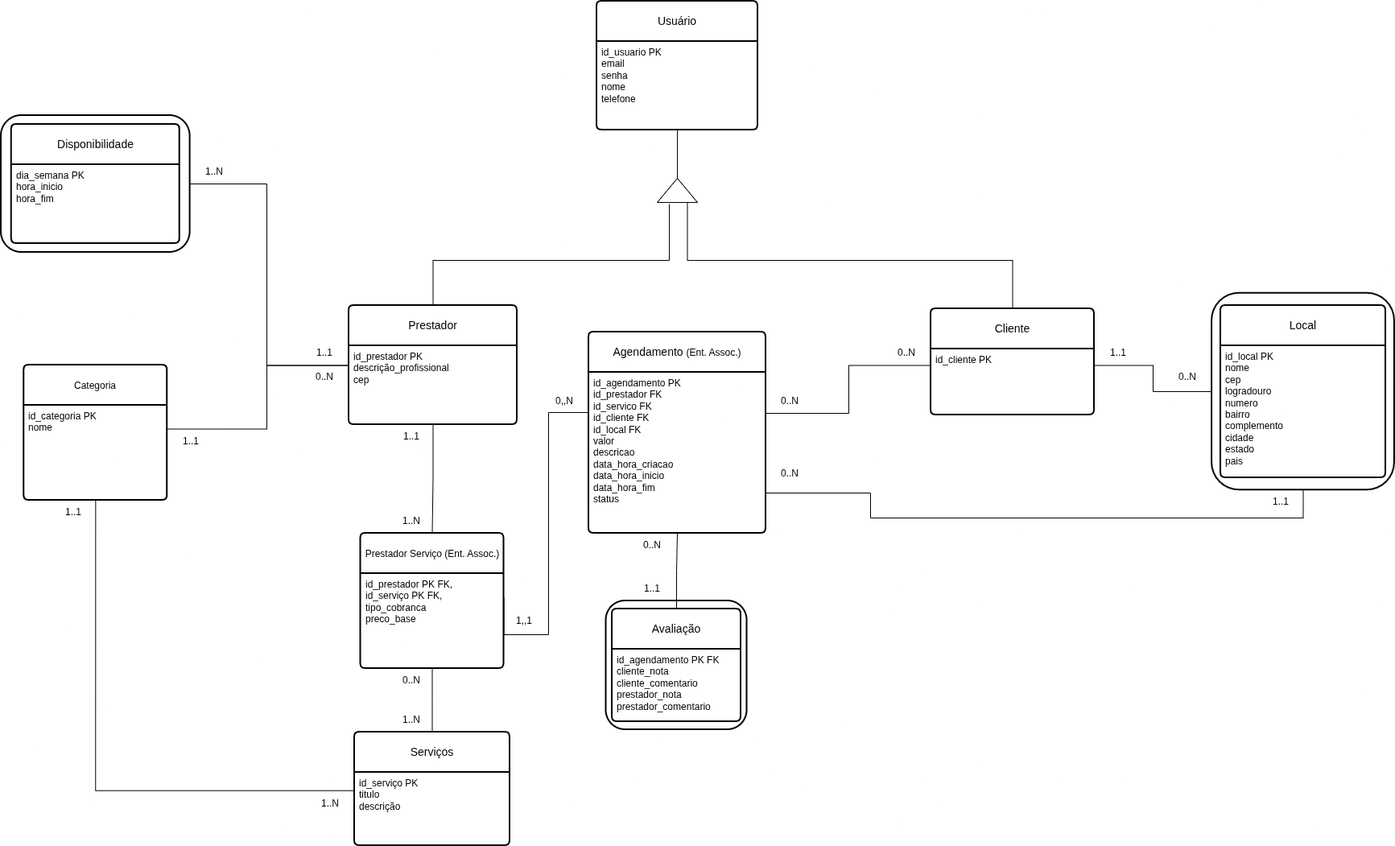
Above: docs/images/Servixus_MER-white.png in figdavi/devweb (draw.io), before the change. Source tidied: cells renumbered, new cells last; positions are measured from the earlier drawing's top-left corner, leaving out a move shared by most shapes.
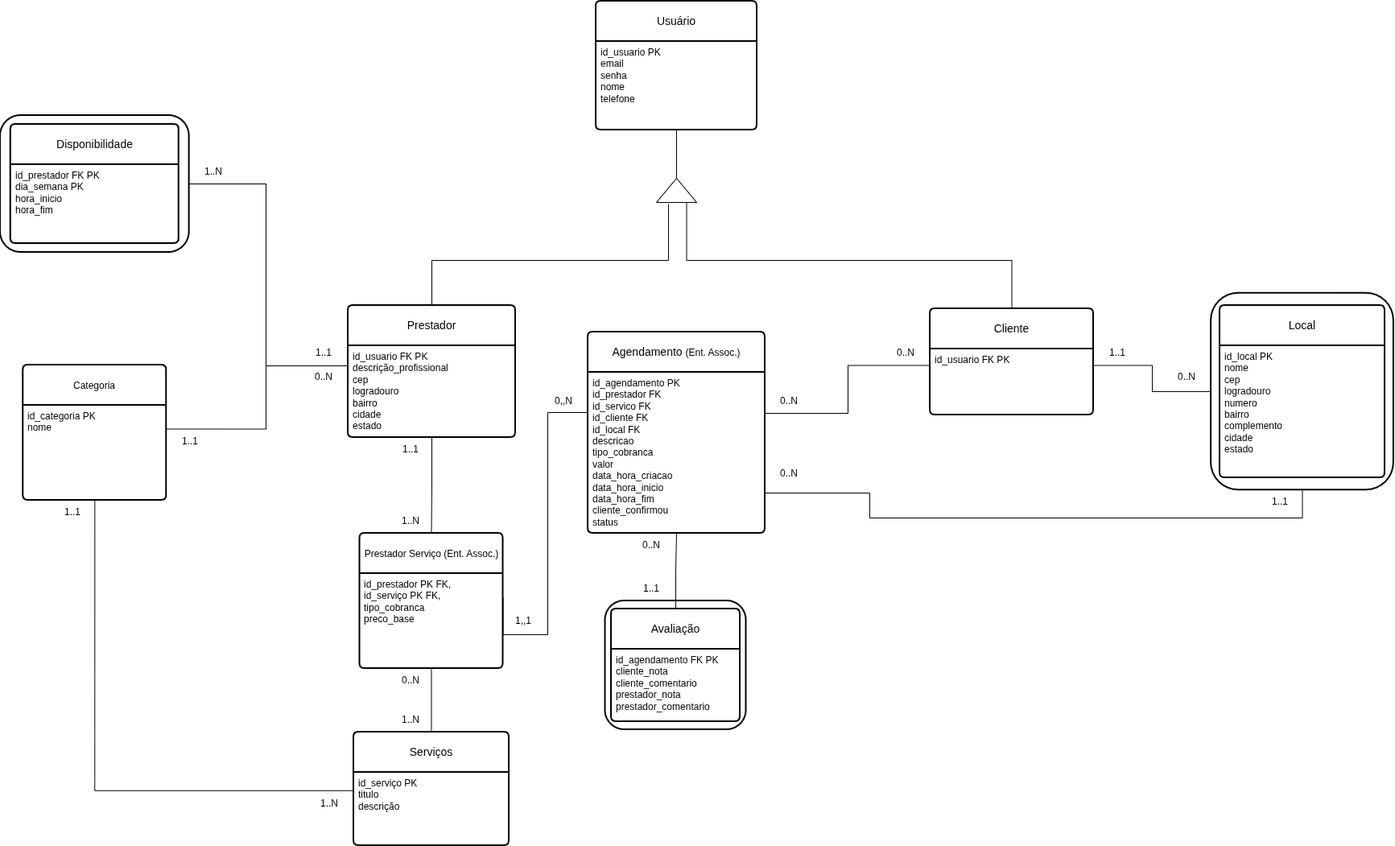
Above is the later version.

Change to the diagram source:
```diff
@@ -18,15 +18,15 @@
       </mxGeometry>
     </mxCell>
     <mxCell id="5" value="Prestador" style="swimlane;horizontal=1;startSize=50;rounded=1;fontSize=14;fontStyle=0;strokeWidth=2;shadow=0;dashed=0;align=center;arcSize=4;whiteSpace=wrap;html=1;labelBackgroundColor=none;" parent="1" vertex="1">
-      <mxGeometry x="432" y="378" width="209" height="148" as="geometry" />
+      <mxGeometry x="432" y="378" width="208" height="164" as="geometry" />
     </mxCell>
-    <mxCell id="6" value="&lt;div&gt;id_prestador PK&lt;/div&gt;&lt;div&gt;descrição_profissional&lt;br&gt;&lt;/div&gt;&lt;div&gt;cep&amp;nbsp;&lt;br&gt;&lt;br&gt;&lt;/div&gt;&lt;div&gt;&lt;br&gt;&lt;/div&gt;" style="align=left;strokeColor=none;fillColor=none;spacingLeft=4;spacingRight=4;fontSize=12;verticalAlign=top;html=1;whiteSpace=wrap;labelBackgroundColor=none;" parent="5" vertex="1">
-      <mxGeometry y="50" width="209" height="98" as="geometry" />
+    <mxCell id="6" value="&lt;div&gt;id_usuario FK PK&lt;/div&gt;&lt;div&gt;descrição_profissional&lt;br&gt;&lt;/div&gt;&lt;div&gt;cep&amp;nbsp;&lt;br&gt;logradouro&lt;br&gt;bairro&lt;br&gt;cidade&lt;br&gt;&lt;/div&gt;&lt;div&gt;estado&lt;/div&gt;&lt;div&gt;&lt;br&gt;&lt;/div&gt;" style="align=left;strokeColor=none;fillColor=none;spacingLeft=4;spacingRight=4;fontSize=12;verticalAlign=top;html=1;whiteSpace=wrap;labelBackgroundColor=none;" parent="5" vertex="1">
+      <mxGeometry y="50" width="208" height="114" as="geometry" />
     </mxCell>
     <mxCell id="7" value="Cliente" style="swimlane;horizontal=1;startSize=50;rounded=1;fontSize=14;fontStyle=0;strokeWidth=2;shadow=0;dashed=0;align=center;arcSize=4;whiteSpace=wrap;html=1;labelBackgroundColor=none;" parent="1" vertex="1">
       <mxGeometry x="1155" y="382" width="203" height="132" as="geometry" />
     </mxCell>
-    <mxCell id="8" value="id_cliente PK" style="align=left;strokeColor=none;fillColor=none;spacingLeft=4;spacingRight=4;fontSize=12;verticalAlign=top;html=1;whiteSpace=wrap;labelBackgroundColor=none;" parent="7" vertex="1">
+    <mxCell id="8" value="id_usuario FK PK" style="align=left;strokeColor=none;fillColor=none;spacingLeft=4;spacingRight=4;fontSize=12;verticalAlign=top;html=1;whiteSpace=wrap;labelBackgroundColor=none;" parent="7" vertex="1">
       <mxGeometry y="50" width="203" height="82" as="geometry" />
     </mxCell>
     <mxCell id="9" style="edgeStyle=orthogonalEdgeStyle;rounded=0;jettySize=auto;html=1;exitX=1;exitY=0.5;exitDx=0;exitDy=0;entryX=0.5;entryY=1;entryDx=0;entryDy=0;endArrow=none;endFill=0;labelBackgroundColor=none;fontColor=default;" parent="1" edge="1" source="11" target="3">
@@ -46,7 +46,7 @@
     <mxCell id="12" value="Agendamento&amp;nbsp;&lt;span style=&quot;font-size: 12px;&quot;&gt;(Ent. Assoc.)&lt;/span&gt;" style="swimlane;horizontal=1;startSize=50;rounded=1;fontSize=14;fontStyle=0;strokeWidth=2;shadow=0;dashed=0;align=center;arcSize=4;whiteSpace=wrap;html=1;labelBackgroundColor=none;" parent="1" vertex="1">
       <mxGeometry x="730" y="411" width="220" height="250" as="geometry" />
     </mxCell>
-    <mxCell id="13" value="&lt;div&gt;&lt;div&gt;id_agendamento PK&lt;br&gt;id_prestador FK&lt;br&gt;id_servico FK&lt;br&gt;id_cliente FK&lt;br&gt;id_local FK&lt;br&gt;valor&lt;br&gt;descricao&lt;br&gt;data_hora_criacao&lt;br&gt;data_hora&lt;span style=&quot;background-color: transparent; color: light-dark(rgb(0, 0, 0), rgb(255, 255, 255));&quot;&gt;_inicio&lt;/span&gt;&lt;/div&gt;&lt;div&gt;data_hora_fim&lt;br&gt;status&lt;/div&gt;&lt;/div&gt;" style="align=left;strokeColor=none;fillColor=none;spacingLeft=4;spacingRight=4;fontSize=12;verticalAlign=top;html=1;whiteSpace=wrap;labelBackgroundColor=none;" parent="12" vertex="1">
+    <mxCell id="13" value="&lt;div&gt;&lt;div&gt;id_agendamento PK&lt;br&gt;id_prestador FK&lt;br&gt;id_servico FK&lt;br&gt;id_cliente FK&lt;br&gt;id_local FK&lt;br&gt;descricao&lt;br&gt;tipo_cobranca&lt;br&gt;valor&lt;br&gt;data_hora_criacao&lt;br&gt;data_hora&lt;span style=&quot;background-color: transparent; color: light-dark(rgb(0, 0, 0), rgb(255, 255, 255));&quot;&gt;_inicio&lt;/span&gt;&lt;/div&gt;&lt;div&gt;data_hora_fim&lt;br&gt;cliente_confirmou&lt;br&gt;status&lt;/div&gt;&lt;/div&gt;" style="align=left;strokeColor=none;fillColor=none;spacingLeft=4;spacingRight=4;fontSize=12;verticalAlign=top;html=1;whiteSpace=wrap;labelBackgroundColor=none;" parent="12" vertex="1">
       <mxGeometry y="50" width="220" height="200" as="geometry" />
     </mxCell>
     <mxCell id="14" style="edgeStyle=orthogonalEdgeStyle;rounded=0;jettySize=auto;html=1;entryX=0;entryY=0.25;entryDx=0;entryDy=0;endArrow=none;endFill=0;exitX=1;exitY=0.5;exitDx=0;exitDy=0;labelBackgroundColor=none;fontColor=default;" parent="1" edge="1" source="13" target="8">
@@ -67,7 +67,7 @@
     <mxCell id="17" value="Avaliação" style="swimlane;horizontal=1;startSize=50;rounded=1;fontSize=14;fontStyle=0;strokeWidth=2;shadow=0;dashed=0;align=center;arcSize=4;whiteSpace=wrap;html=1;labelBackgroundColor=none;" parent="1" vertex="1">
       <mxGeometry x="759" y="755" width="160" height="140" as="geometry" />
     </mxCell>
-    <mxCell id="18" value="&lt;div&gt;id_agendamento PK FK&lt;br&gt;cliente_nota&lt;/div&gt;&lt;div&gt;cliente_comentario&lt;/div&gt;&lt;div&gt;prestador_nota&lt;/div&gt;&lt;div&gt;prestador_comentario&lt;/div&gt;" style="align=left;strokeColor=none;fillColor=none;spacingLeft=4;spacingRight=4;fontSize=12;verticalAlign=top;html=1;whiteSpace=wrap;labelBackgroundColor=none;" parent="17" vertex="1">
+    <mxCell id="18" value="&lt;div&gt;id_agendamento FK PK&lt;br&gt;cliente_nota&lt;/div&gt;&lt;div&gt;cliente_comentario&lt;/div&gt;&lt;div&gt;prestador_nota&lt;/div&gt;&lt;div&gt;prestador_comentario&lt;/div&gt;" style="align=left;strokeColor=none;fillColor=none;spacingLeft=4;spacingRight=4;fontSize=12;verticalAlign=top;html=1;whiteSpace=wrap;labelBackgroundColor=none;" parent="17" vertex="1">
       <mxGeometry y="50" width="160" height="90" as="geometry" />
     </mxCell>
     <mxCell id="19" style="edgeStyle=orthogonalEdgeStyle;rounded=0;jettySize=auto;html=1;entryX=0.5;entryY=1;entryDx=0;entryDy=0;endArrow=none;endFill=0;labelBackgroundColor=none;fontColor=default;" parent="1" edge="1" source="17" target="13">
@@ -76,13 +76,13 @@
     <mxCell id="20" value="Disponibilidade" style="swimlane;horizontal=1;startSize=50;rounded=1;fontSize=14;fontStyle=0;strokeWidth=2;shadow=0;dashed=0;align=center;arcSize=4;whiteSpace=wrap;html=1;labelBackgroundColor=none;" parent="1" vertex="1">
       <mxGeometry x="12.8" y="153" width="209" height="148" as="geometry" />
     </mxCell>
-    <mxCell id="21" value="&lt;div&gt;&lt;span style=&quot;background-color: transparent; color: light-dark(rgb(0, 0, 0), rgb(255, 255, 255));&quot;&gt;dia_semana PK&lt;/span&gt;&lt;/div&gt;&lt;div&gt;hora_inicio&lt;/div&gt;&lt;div&gt;hora_fim&lt;/div&gt;" style="align=left;strokeColor=none;fillColor=none;spacingLeft=4;spacingRight=4;fontSize=12;verticalAlign=top;html=1;whiteSpace=wrap;labelBackgroundColor=none;" parent="20" vertex="1">
+    <mxCell id="21" value="&lt;div&gt;&lt;span style=&quot;background-color: transparent; color: light-dark(rgb(0, 0, 0), rgb(255, 255, 255));&quot;&gt;id_prestador FK PK&lt;br&gt;dia_semana PK&lt;/span&gt;&lt;/div&gt;&lt;div&gt;hora_inicio&lt;/div&gt;&lt;div&gt;hora_fim&lt;/div&gt;" style="align=left;strokeColor=none;fillColor=none;spacingLeft=4;spacingRight=4;fontSize=12;verticalAlign=top;html=1;whiteSpace=wrap;labelBackgroundColor=none;" parent="20" vertex="1">
       <mxGeometry y="50" width="209" height="98" as="geometry" />
     </mxCell>
     <mxCell id="22" value="Local" style="swimlane;horizontal=1;startSize=50;rounded=1;fontSize=14;fontStyle=0;strokeWidth=2;shadow=0;dashed=0;align=center;arcSize=4;whiteSpace=wrap;html=1;labelBackgroundColor=none;" parent="1" vertex="1">
       <mxGeometry x="1515" y="378" width="205" height="214" as="geometry" />
     </mxCell>
-    <mxCell id="23" value="id_local PK&lt;div&gt;nome&lt;/div&gt;&lt;div&gt;cep&lt;/div&gt;&lt;div&gt;logradouro&lt;/div&gt;&lt;div&gt;numero&lt;/div&gt;&lt;div&gt;bairro&lt;br&gt;complemento&lt;/div&gt;&lt;div&gt;cidade&lt;/div&gt;&lt;div&gt;estado&lt;/div&gt;&lt;div&gt;pais&lt;/div&gt;" style="align=left;strokeColor=none;fillColor=none;spacingLeft=4;spacingRight=4;fontSize=12;verticalAlign=top;html=1;whiteSpace=wrap;labelBackgroundColor=none;" parent="22" vertex="1">
+    <mxCell id="23" value="id_local PK&lt;div&gt;nome&lt;/div&gt;&lt;div&gt;cep&lt;/div&gt;&lt;div&gt;logradouro&lt;/div&gt;&lt;div&gt;numero&lt;/div&gt;&lt;div&gt;bairro&lt;br&gt;complemento&lt;/div&gt;&lt;div&gt;cidade&lt;/div&gt;&lt;div&gt;estado&lt;/div&gt;" style="align=left;strokeColor=none;fillColor=none;spacingLeft=4;spacingRight=4;fontSize=12;verticalAlign=top;html=1;whiteSpace=wrap;labelBackgroundColor=none;" parent="22" vertex="1">
       <mxGeometry y="50" width="205" height="164" as="geometry" />
     </mxCell>
     <mxCell id="24" value="0..N" style="text;html=1;whiteSpace=wrap;strokeColor=none;fillColor=none;align=center;verticalAlign=middle;rounded=0;labelBackgroundColor=none;" parent="1" vertex="1">
@@ -98,7 +98,7 @@
       <mxGeometry x="779" y="715" width="60" height="30" as="geometry" />
     </mxCell>
     <mxCell id="28" value="1..1" style="text;html=1;whiteSpace=wrap;strokeColor=none;fillColor=none;align=center;verticalAlign=middle;rounded=0;labelBackgroundColor=none;" parent="1" vertex="1">
-      <mxGeometry x="480" y="526" width="60" height="30" as="geometry" />
+      <mxGeometry x="480" y="542" width="60" height="30" as="geometry" />
     </mxCell>
     <mxCell id="29" style="rounded=1;whiteSpace=wrap;html=1;fillColor=none;strokeWidth=2;labelBackgroundColor=none;" parent="1" vertex="1">
       <mxGeometry y="142" width="234.6" height="170" as="geometry" />
```
